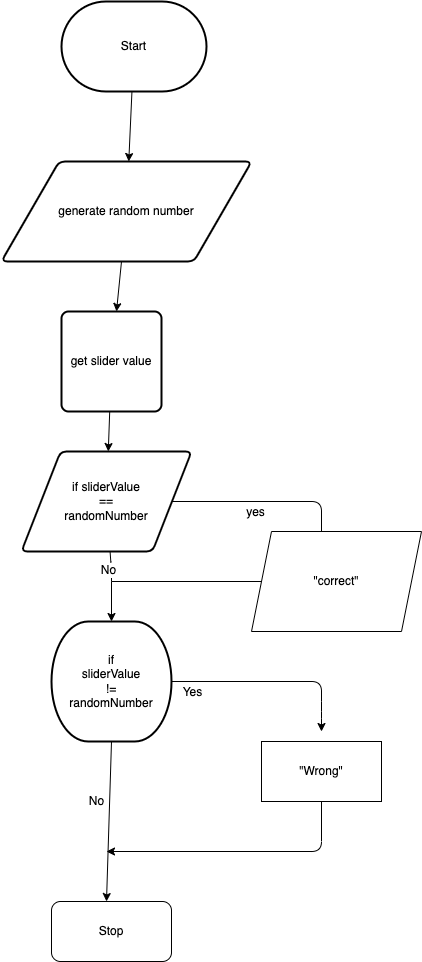
Before: design/flow-chart.png, a diagram exported from draw.io (Allen-Li-hub/ICS2O-Unit6-02-HTML). Source tidied: cells renumbered, new cells last; positions are measured from the earlier drawing's top-left corner, leaving out a move shared by most shapes. Source of this version:
```xml
<mxGraphModel>
  <root>
    <mxCell id="0" />
    <mxCell id="1" parent="0" />
    <mxCell id="2" style="edgeStyle=none;html=1;" parent="1" edge="1" source="3" target="5">
      <mxGeometry relative="1" as="geometry" />
    </mxCell>
    <mxCell id="3" value="Start" style="strokeWidth=2;html=1;shape=mxgraph.flowchart.terminator;whiteSpace=wrap;" parent="1" vertex="1">
      <mxGeometry x="60" width="145" height="90" as="geometry" />
    </mxCell>
    <mxCell id="4" style="edgeStyle=none;html=1;" parent="1" edge="1" source="5" target="7">
      <mxGeometry relative="1" as="geometry" />
    </mxCell>
    <mxCell id="5" value="generate random number" style="shape=parallelogram;html=1;strokeWidth=2;perimeter=parallelogramPerimeter;whiteSpace=wrap;rounded=1;arcSize=12;size=0.23;" parent="1" vertex="1">
      <mxGeometry y="160" width="250" height="100" as="geometry" />
    </mxCell>
    <mxCell id="6" style="edgeStyle=none;html=1;" parent="1" edge="1" source="7" target="12">
      <mxGeometry relative="1" as="geometry" />
    </mxCell>
    <mxCell id="7" value="get slider value" style="rounded=1;whiteSpace=wrap;html=1;absoluteArcSize=1;arcSize=14;strokeWidth=2;" parent="1" vertex="1">
      <mxGeometry x="60" y="310" width="100" height="100" as="geometry" />
    </mxCell>
    <mxCell id="8" style="edgeStyle=none;html=1;" parent="1" edge="1" source="12" target="17">
      <mxGeometry relative="1" as="geometry">
        <Array as="points">
          <mxPoint x="110" y="570" />
        </Array>
      </mxGeometry>
    </mxCell>
    <mxCell id="9" value="No" style="edgeLabel;html=1;align=center;verticalAlign=middle;" parent="8" vertex="1">
      <mxGeometry x="-0.49" y="-3" relative="1" as="geometry" />
    </mxCell>
    <mxCell id="10" style="edgeStyle=none;html=1;" parent="1" edge="1" source="12">
      <mxGeometry relative="1" as="geometry">
        <mxPoint x="320" y="550" as="targetPoint" />
        <Array as="points">
          <mxPoint x="320" y="500" />
        </Array>
      </mxGeometry>
    </mxCell>
    <mxCell id="11" value="yes" style="edgeLabel;html=1;align=center;verticalAlign=middle;points=[];" parent="10" vertex="1">
      <mxGeometry x="0.46" relative="1" as="geometry">
        <mxPoint x="-63" y="10" as="offset" />
      </mxGeometry>
    </mxCell>
    <mxCell id="12" value="if sliderValue&lt;br&gt;==&lt;br&gt;randomNumber" style="shape=parallelogram;html=1;strokeWidth=2;perimeter=parallelogramPerimeter;whiteSpace=wrap;rounded=1;arcSize=12;size=0.23;" parent="1" vertex="1">
      <mxGeometry x="20" y="450" width="170" height="100" as="geometry" />
    </mxCell>
    <mxCell id="13" style="edgeStyle=none;html=1;exitX=1;exitY=0.5;exitDx=0;exitDy=0;exitPerimeter=0;" parent="1" edge="1" source="17">
      <mxGeometry relative="1" as="geometry">
        <mxPoint x="320" y="730" as="targetPoint" />
        <Array as="points">
          <mxPoint x="320" y="680" />
          <mxPoint x="320" y="710" />
        </Array>
      </mxGeometry>
    </mxCell>
    <mxCell id="14" value="Yes" style="edgeLabel;html=1;align=center;verticalAlign=middle;" parent="13" vertex="1">
      <mxGeometry x="-0.43" y="-1" relative="1" as="geometry">
        <mxPoint x="-37" y="9" as="offset" />
      </mxGeometry>
    </mxCell>
    <mxCell id="15" style="edgeStyle=none;html=1;exitX=0.5;exitY=1;exitDx=0;exitDy=0;exitPerimeter=0;" parent="1" edge="1" source="17">
      <mxGeometry relative="1" as="geometry">
        <mxPoint x="105" y="900" as="targetPoint" />
      </mxGeometry>
    </mxCell>
    <mxCell id="16" value="No" style="edgeLabel;html=1;align=center;verticalAlign=middle;" parent="15" vertex="1">
      <mxGeometry x="-0.43" relative="1" as="geometry">
        <mxPoint x="-14" y="14" as="offset" />
      </mxGeometry>
    </mxCell>
    <mxCell id="17" value="if&lt;br&gt;sliderValue&lt;br&gt;!=&lt;br&gt;randomNumber" style="strokeWidth=2;html=1;shape=mxgraph.flowchart.terminator;whiteSpace=wrap;" parent="1" vertex="1">
      <mxGeometry x="50" y="620" width="120" height="120" as="geometry" />
    </mxCell>
    <mxCell id="18" value="&quot;correct&quot;" style="shape=parallelogram;perimeter=parallelogramPerimeter;whiteSpace=wrap;html=1;fixedSize=1;" parent="1" vertex="1">
      <mxGeometry x="250" y="530" width="170" height="100" as="geometry" />
    </mxCell>
    <mxCell id="19" style="endArrow=none;html=1;entryX=0;entryY=0.5;entryDx=0;entryDy=0;" parent="1" edge="1" target="18">
      <mxGeometry relative="1" as="geometry">
        <mxPoint x="110" y="580" as="sourcePoint" />
      </mxGeometry>
    </mxCell>
    <mxCell id="20" style="edgeStyle=none;html=1;exitX=0.5;exitY=1;exitDx=0;exitDy=0;" parent="1" edge="1" source="21">
      <mxGeometry relative="1" as="geometry">
        <mxPoint x="105" y="850" as="targetPoint" />
        <Array as="points">
          <mxPoint x="320" y="850" />
        </Array>
      </mxGeometry>
    </mxCell>
    <mxCell id="21" value="&quot;Wrong&quot;" style="rounded=0;whiteSpace=wrap;html=1;" parent="1" vertex="1">
      <mxGeometry x="260" y="740" width="120" height="60" as="geometry" />
    </mxCell>
    <mxCell id="22" value="Stop" style="rounded=1;whiteSpace=wrap;html=1;" parent="1" vertex="1">
      <mxGeometry x="50" y="900" width="120" height="60" as="geometry" />
    </mxCell>
  </root>
</mxGraphModel>
```
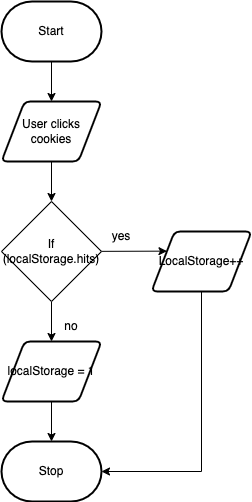
Above is the later version.

What changed in the source:
```diff
@@ -6,94 +6,51 @@
       <mxGeometry relative="1" as="geometry" />
     </mxCell>
     <mxCell id="3" value="Start" style="strokeWidth=2;html=1;shape=mxgraph.flowchart.terminator;whiteSpace=wrap;" parent="1" vertex="1">
-      <mxGeometry x="60" width="145" height="90" as="geometry" />
+      <mxGeometry x="85" y="220" width="100" height="60" as="geometry" />
     </mxCell>
-    <mxCell id="4" style="edgeStyle=none;html=1;" parent="1" edge="1" source="5" target="7">
-      <mxGeometry relative="1" as="geometry" />
+    <mxCell id="4" style="edgeStyle=none;html=1;" parent="1" edge="1" source="5">
+      <mxGeometry relative="1" as="geometry">
+        <mxPoint x="135" y="420" as="targetPoint" />
+      </mxGeometry>
     </mxCell>
-    <mxCell id="5" value="generate random number" style="shape=parallelogram;html=1;strokeWidth=2;perimeter=parallelogramPerimeter;whiteSpace=wrap;rounded=1;arcSize=12;size=0.23;" parent="1" vertex="1">
-      <mxGeometry y="160" width="250" height="100" as="geometry" />
+    <mxCell id="5" value="User clicks cookies" style="shape=parallelogram;html=1;strokeWidth=2;perimeter=parallelogramPerimeter;whiteSpace=wrap;rounded=1;arcSize=12;size=0.23;" parent="1" vertex="1">
+      <mxGeometry x="85" y="320" width="100" height="60" as="geometry" />
     </mxCell>
-    <mxCell id="6" style="edgeStyle=none;html=1;" parent="1" edge="1" source="7" target="12">
-      <mxGeometry relative="1" as="geometry" />
+    <mxCell id="6" style="edgeStyle=none;html=1;" parent="1" edge="1" target="12">
+      <mxGeometry relative="1" as="geometry">
+        <mxPoint x="135" y="520" as="sourcePoint" />
+      </mxGeometry>
     </mxCell>
-    <mxCell id="7" value="get slider value" style="rounded=1;whiteSpace=wrap;html=1;absoluteArcSize=1;arcSize=14;strokeWidth=2;" parent="1" vertex="1">
-      <mxGeometry x="60" y="310" width="100" height="100" as="geometry" />
-    </mxCell>
     <mxCell id="8" style="edgeStyle=none;html=1;" parent="1" edge="1" source="12" target="17">
-      <mxGeometry relative="1" as="geometry">
-        <Array as="points">
-          <mxPoint x="110" y="570" />
-        </Array>
-      </mxGeometry>
+      <mxGeometry relative="1" as="geometry" />
     </mxCell>
-    <mxCell id="9" value="No" style="edgeLabel;html=1;align=center;verticalAlign=middle;" parent="8" vertex="1">
-      <mxGeometry x="-0.49" y="-3" relative="1" as="geometry" />
-    </mxCell>
-    <mxCell id="10" style="edgeStyle=none;html=1;" parent="1" edge="1" source="12">
-      <mxGeometry relative="1" as="geometry">
-        <mxPoint x="320" y="550" as="targetPoint" />
-        <Array as="points">
-          <mxPoint x="320" y="500" />
-        </Array>
-      </mxGeometry>
-    </mxCell>
-    <mxCell id="11" value="yes" style="edgeLabel;html=1;align=center;verticalAlign=middle;points=[];" parent="10" vertex="1">
-      <mxGeometry x="0.46" relative="1" as="geometry">
-        <mxPoint x="-63" y="10" as="offset" />
-      </mxGeometry>
-    </mxCell>
-    <mxCell id="12" value="if sliderValue&lt;br&gt;==&lt;br&gt;randomNumber" style="shape=parallelogram;html=1;strokeWidth=2;perimeter=parallelogramPerimeter;whiteSpace=wrap;rounded=1;arcSize=12;size=0.23;" parent="1" vertex="1">
-      <mxGeometry x="20" y="450" width="170" height="100" as="geometry" />
+    <mxCell id="12" value="localStorage = 1" style="shape=parallelogram;html=1;strokeWidth=2;perimeter=parallelogramPerimeter;whiteSpace=wrap;rounded=1;arcSize=12;size=0.23;" parent="1" vertex="1">
+      <mxGeometry x="85" y="560" width="100" height="60" as="geometry" />
     </mxCell>
-    <mxCell id="13" style="edgeStyle=none;html=1;exitX=1;exitY=0.5;exitDx=0;exitDy=0;exitPerimeter=0;" parent="1" edge="1" source="17">
-      <mxGeometry relative="1" as="geometry">
-        <mxPoint x="320" y="730" as="targetPoint" />
-        <Array as="points">
-          <mxPoint x="320" y="680" />
-          <mxPoint x="320" y="710" />
-        </Array>
-      </mxGeometry>
-    </mxCell>
-    <mxCell id="14" value="Yes" style="edgeLabel;html=1;align=center;verticalAlign=middle;" parent="13" vertex="1">
-      <mxGeometry x="-0.43" y="-1" relative="1" as="geometry">
-        <mxPoint x="-37" y="9" as="offset" />
-      </mxGeometry>
-    </mxCell>
-    <mxCell id="15" style="edgeStyle=none;html=1;exitX=0.5;exitY=1;exitDx=0;exitDy=0;exitPerimeter=0;" parent="1" edge="1" source="17">
-      <mxGeometry relative="1" as="geometry">
-        <mxPoint x="105" y="900" as="targetPoint" />
-      </mxGeometry>
-    </mxCell>
-    <mxCell id="16" value="No" style="edgeLabel;html=1;align=center;verticalAlign=middle;" parent="15" vertex="1">
-      <mxGeometry x="-0.43" relative="1" as="geometry">
-        <mxPoint x="-14" y="14" as="offset" />
-      </mxGeometry>
-    </mxCell>
-    <mxCell id="17" value="if&lt;br&gt;sliderValue&lt;br&gt;!=&lt;br&gt;randomNumber" style="strokeWidth=2;html=1;shape=mxgraph.flowchart.terminator;whiteSpace=wrap;" parent="1" vertex="1">
-      <mxGeometry x="50" y="620" width="120" height="120" as="geometry" />
+    <mxCell id="17" value="Stop" style="strokeWidth=2;html=1;shape=mxgraph.flowchart.terminator;whiteSpace=wrap;" parent="1" vertex="1">
+      <mxGeometry x="85" y="660" width="100" height="60" as="geometry" />
     </mxCell>
-    <mxCell id="18" value="&quot;correct&quot;" style="shape=parallelogram;perimeter=parallelogramPerimeter;whiteSpace=wrap;html=1;fixedSize=1;" parent="1" vertex="1">
-      <mxGeometry x="250" y="530" width="170" height="100" as="geometry" />
+    <mxCell id="18" style="edgeStyle=none;html=1;entryX=0;entryY=0.25;entryDx=0;entryDy=0;" parent="1" edge="1" source="10" target="11">
+      <mxGeometry relative="1" as="geometry" />
     </mxCell>
-    <mxCell id="19" style="endArrow=none;html=1;entryX=0;entryY=0.5;entryDx=0;entryDy=0;" parent="1" edge="1" target="18">
-      <mxGeometry relative="1" as="geometry">
-        <mxPoint x="110" y="580" as="sourcePoint" />
-      </mxGeometry>
-    </mxCell>
-    <mxCell id="20" style="edgeStyle=none;html=1;exitX=0.5;exitY=1;exitDx=0;exitDy=0;" parent="1" edge="1" source="21">
-      <mxGeometry relative="1" as="geometry">
-        <mxPoint x="105" y="850" as="targetPoint" />
-        <Array as="points">
-          <mxPoint x="320" y="850" />
-        </Array>
-      </mxGeometry>
-    </mxCell>
-    <mxCell id="21" value="&quot;Wrong&quot;" style="rounded=0;whiteSpace=wrap;html=1;" parent="1" vertex="1">
-      <mxGeometry x="260" y="740" width="120" height="60" as="geometry" />
-    </mxCell>
-    <mxCell id="22" value="Stop" style="rounded=1;whiteSpace=wrap;html=1;" parent="1" vertex="1">
-      <mxGeometry x="50" y="900" width="120" height="60" as="geometry" />
-    </mxCell>
+    <mxCell id="10" value="If (localStorage.hits)" style="rhombus;whiteSpace=wrap;html=1;" parent="1" vertex="1">
+      <mxGeometry x="85" y="420" width="100" height="100" as="geometry" />
+    </mxCell>
+    <mxCell id="23" style="edgeStyle=none;html=1;rounded=0;" parent="1" edge="1" source="11" target="17">
+      <mxGeometry relative="1" as="geometry">
+        <Array as="points">
+          <mxPoint x="285" y="690" />
+        </Array>
+      </mxGeometry>
+    </mxCell>
+    <mxCell id="11" value="LocalStorage++" style="shape=parallelogram;html=1;strokeWidth=2;perimeter=parallelogramPerimeter;whiteSpace=wrap;rounded=1;arcSize=12;size=0.23;" parent="1" vertex="1">
+      <mxGeometry x="235" y="450" width="100" height="60" as="geometry" />
+    </mxCell>
+    <mxCell id="24" value="yes" style="text;html=1;strokeColor=none;fillColor=none;align=center;verticalAlign=middle;whiteSpace=wrap;rounded=0;" parent="1" vertex="1">
+      <mxGeometry x="175" y="440" width="60" height="30" as="geometry" />
+    </mxCell>
+    <mxCell id="25" value="no" style="text;html=1;strokeColor=none;fillColor=none;align=center;verticalAlign=middle;whiteSpace=wrap;rounded=0;" parent="1" vertex="1">
+      <mxGeometry x="125" y="530" width="60" height="30" as="geometry" />
+    </mxCell>
   </root>
 </mxGraphModel>
```
